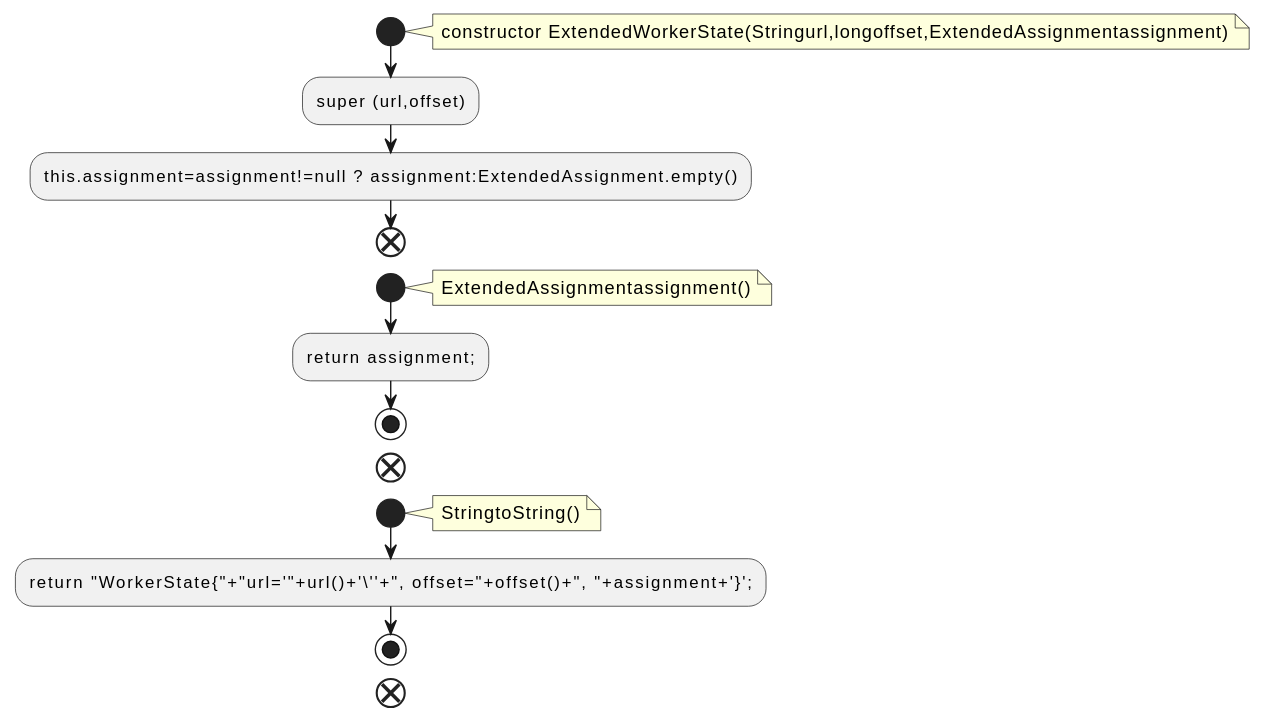
Above: docs/qc/connect/runtime/src/main/java/org/apache/kafka/connect/runtime/distributed/ExtendedWorkerState.java.fct.svg in qualitesys/kafka (PlantUML), before the change. Its diagram source:
```plantuml
@startuml
!pragma layout smetana
start
note right
constructor ExtendedWorkerState(Stringurl,longoffset,ExtendedAssignmentassignment)
end note
:super (url,offset);
:this.assignment=assignment!=null ? assignment:ExtendedAssignment.empty();
end
start
note right
ExtendedAssignmentassignment()
end note
:return assignment;;
stop
end
start
note right
StringtoString()
end note
:return "WorkerState{"+"url='"+url()+'\''+", offset="+offset()+", "+assignment+'}';;
stop
end
@enduml
```
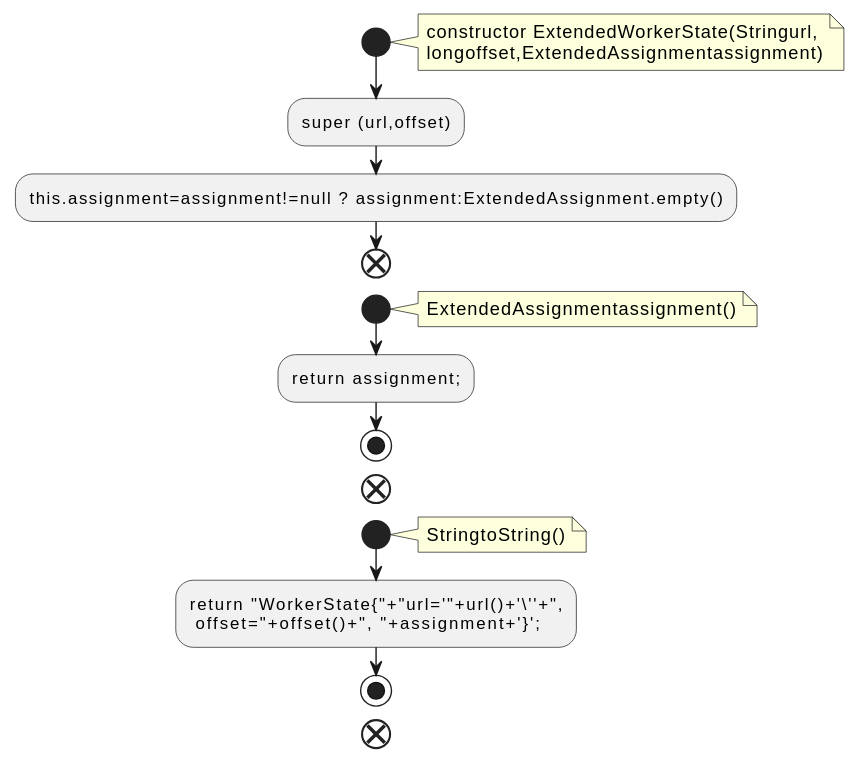
After the change.

What changed in the source:
```diff
@@ -2,7 +2,8 @@
 !pragma layout smetana
 start
 note right
-constructor ExtendedWorkerState(Stringurl,longoffset,ExtendedAssignmentassignment)
+constructor ExtendedWorkerState(Stringurl,
+longoffset,ExtendedAssignmentassignment)
 end note
 :super (url,offset);
 :this.assignment=assignment!=null ? assignment:ExtendedAssignment.empty();
@@ -18,7 +19,8 @@
 note right
 StringtoString()
 end note
-:return "WorkerState{"+"url='"+url()+'\''+", offset="+offset()+", "+assignment+'}';;
+:return "WorkerState{"+"url='"+url()+'\''+",
+ offset="+offset()+", "+assignment+'}';;
 stop
 end
 @enduml
```
